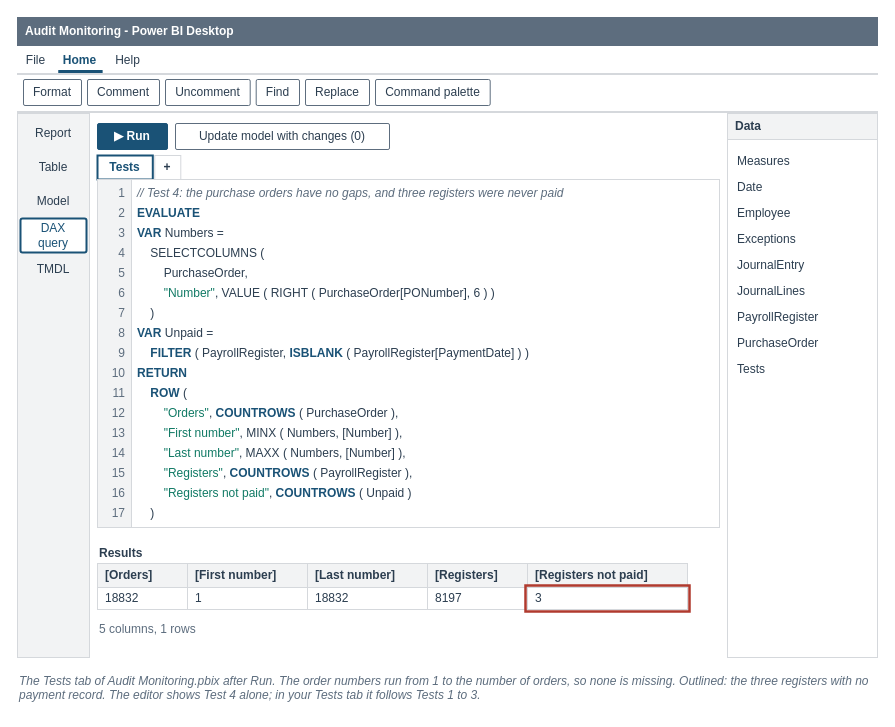
Earlier version of the draw.io diagram visuals/src/fig-16-08-population-test.drawio (mmcodesso/Accounting_Analytics_Book). Source tidied: cells renumbered, new cells numbered last; positions are measured from the earlier drawing's top-left corner, leaving out a move shared by most shapes. Both pictures are drawn from the tidied source at 100%, with x=0, y=0 at pixel (17, 17).
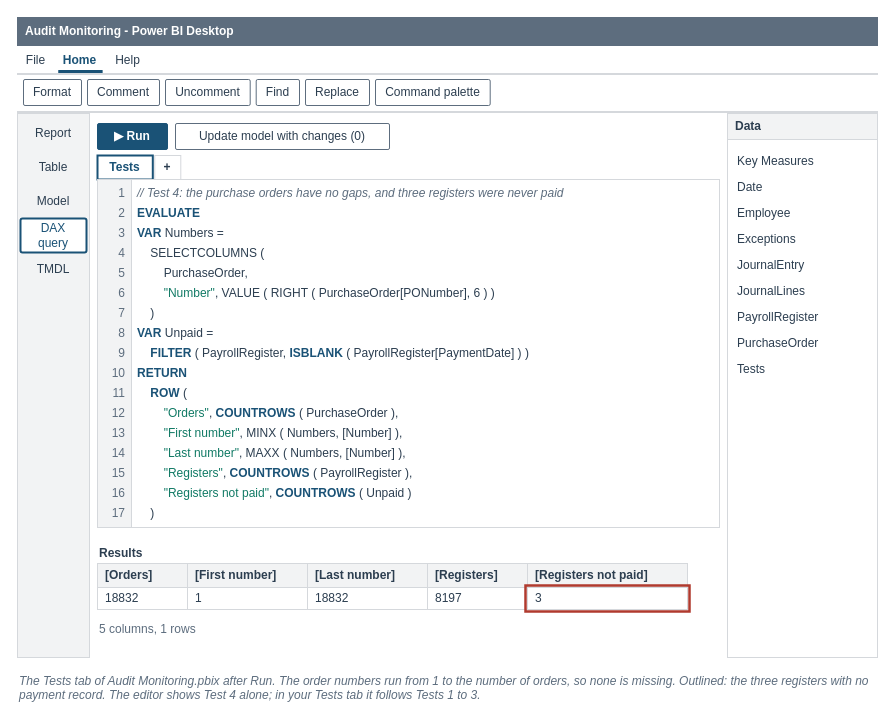
The same diagram, later.

What changed in the source:
```diff
@@
-    <mxCell id="76" value="Measures" style="text;html=1;whiteSpace=wrap;align=left;verticalAlign=top;fontSize=12;fontColor=#2C3E50;fontStyle=0;fontFamily=Helvetica;spacing=2;fillColor=none;strokeColor=none;" parent="1" vertex="1">
+    <mxCell id="76" value="Key Measures" style="text;html=1;whiteSpace=wrap;align=left;verticalAlign=top;fontSize=12;fontColor=#2C3E50;fontStyle=0;fontFamily=Helvetica;spacing=2;fillColor=none;strokeColor=none;" parent="1" vertex="1">
       <mxGeometry x="718" y="130" width="138" height="22" as="geometry" />
     </mxCell>
```
